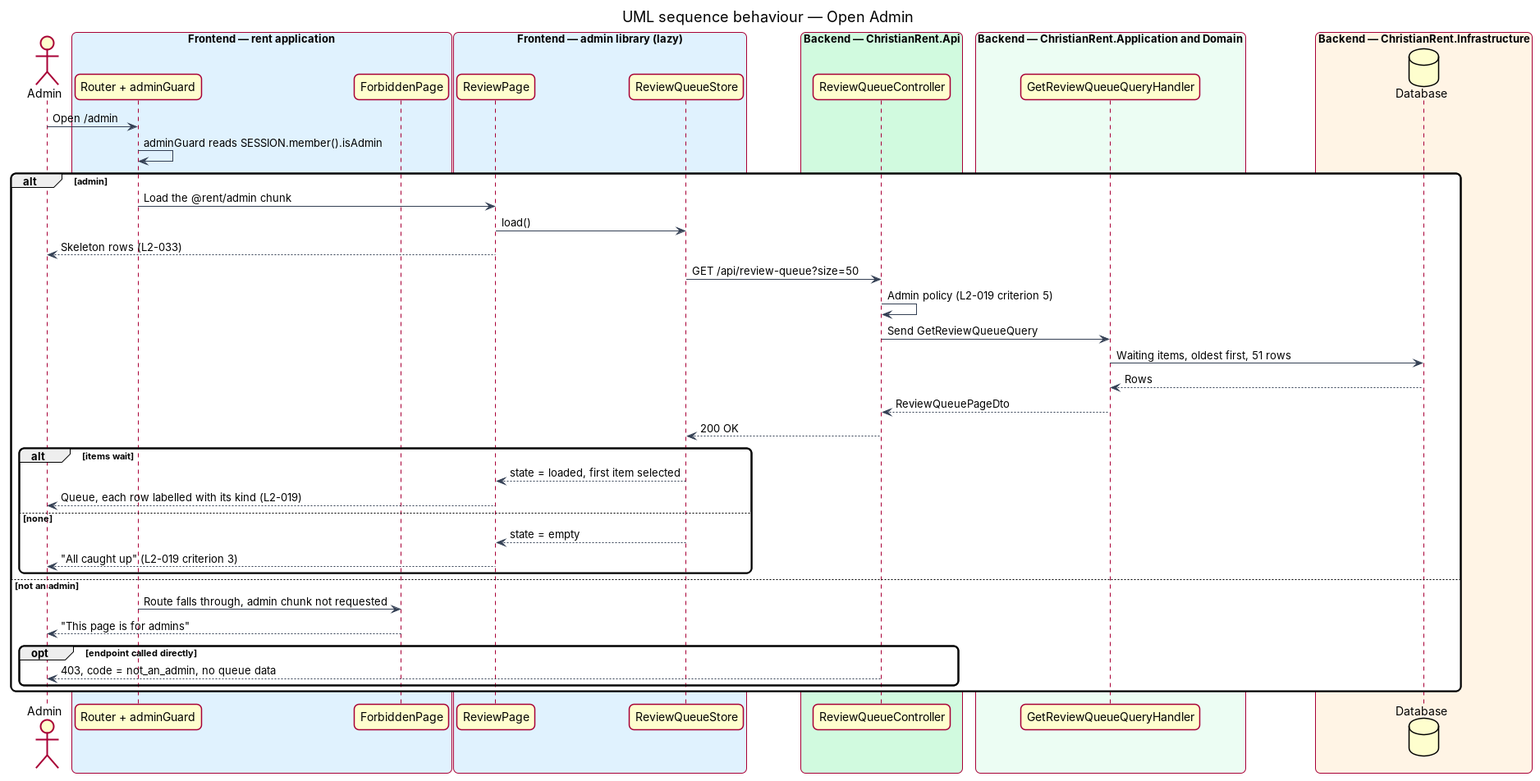
This is docs/detailed-designs/review/view-review-queue/diagrams/sequence-open-queue.png from QuinntyneBrown/christian-rent, a PlantUML export, as it was before one commit. Its source is kept beside it as docs/detailed-designs/review/view-review-queue/diagrams/sequence-open-queue.puml.
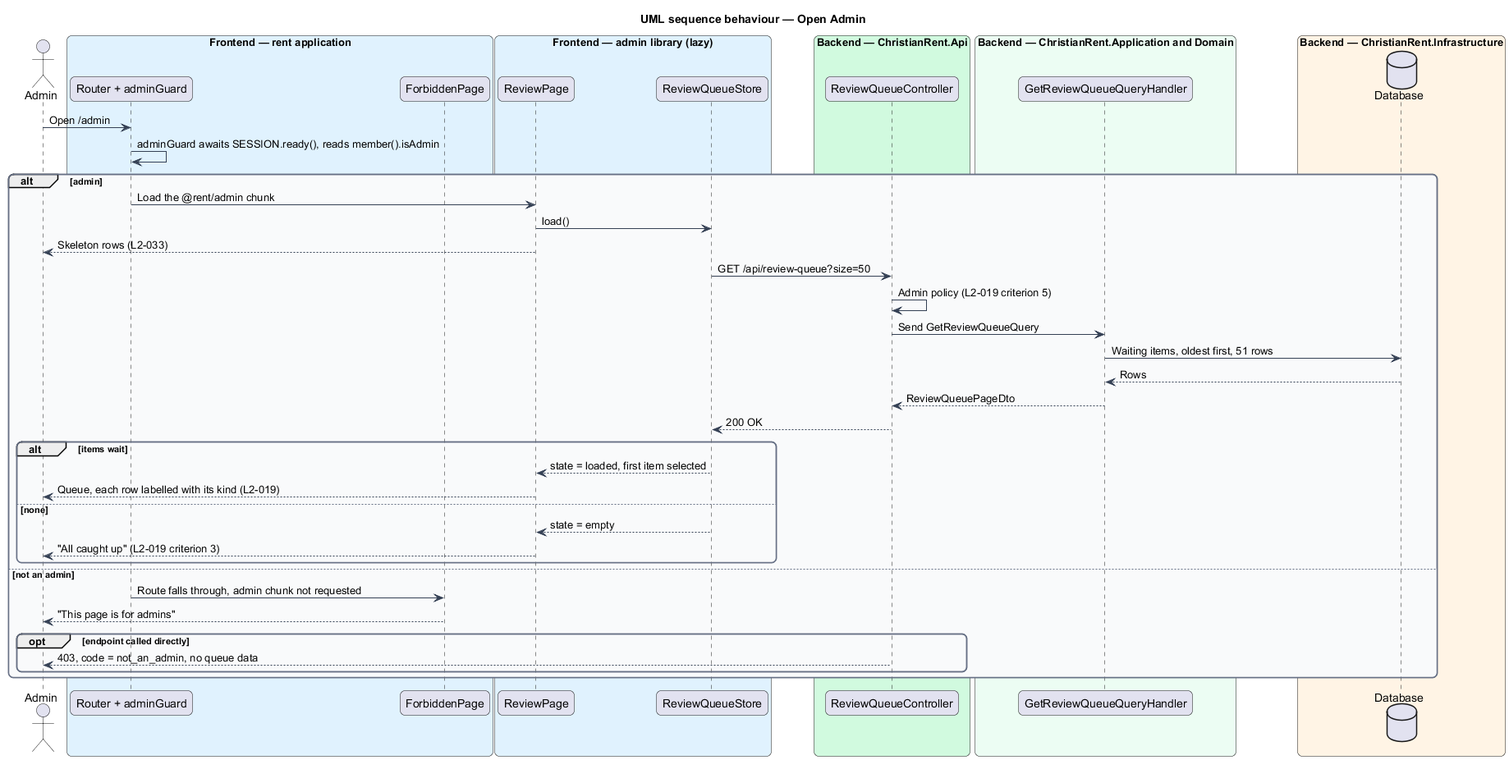
The same diagram one commit later.

Commit message:
Settle what viewing the review queue leaves open before building it

The edit, as a diff of the source:
```diff
@@ -33,7 +33,7 @@
   database "Database" as db
 end box
 actor -> router : Open /admin
-router -> router : adminGuard reads SESSION.member().isAdmin
+router -> router : adminGuard awaits SESSION.ready(), reads member().isAdmin
 alt admin
   router -> page : Load the @rent/admin chunk
   page -> store : load()
```
